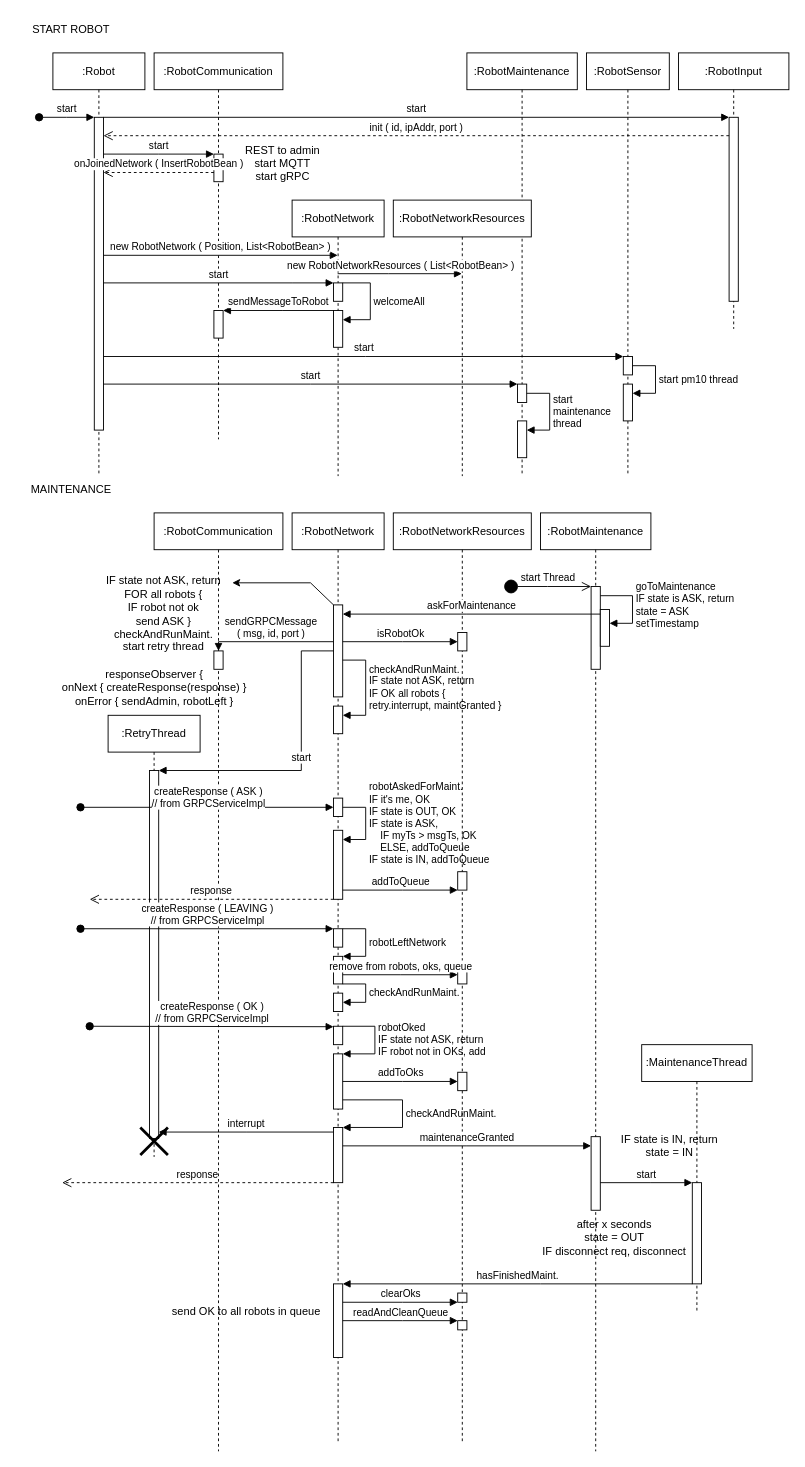
tommasoromano/distributed-systems-project keeps this draw.io diagram as robot_sequence.drawio. Above is the earlier version. Source tidied: cells renumbered, new cells numbered last; positions are measured from the earlier drawing's top-left corner, leaving out a move shared by most shapes. Both pictures are drawn from the tidied source at 92%, with x=0, y=0 at pixel (16, 16).
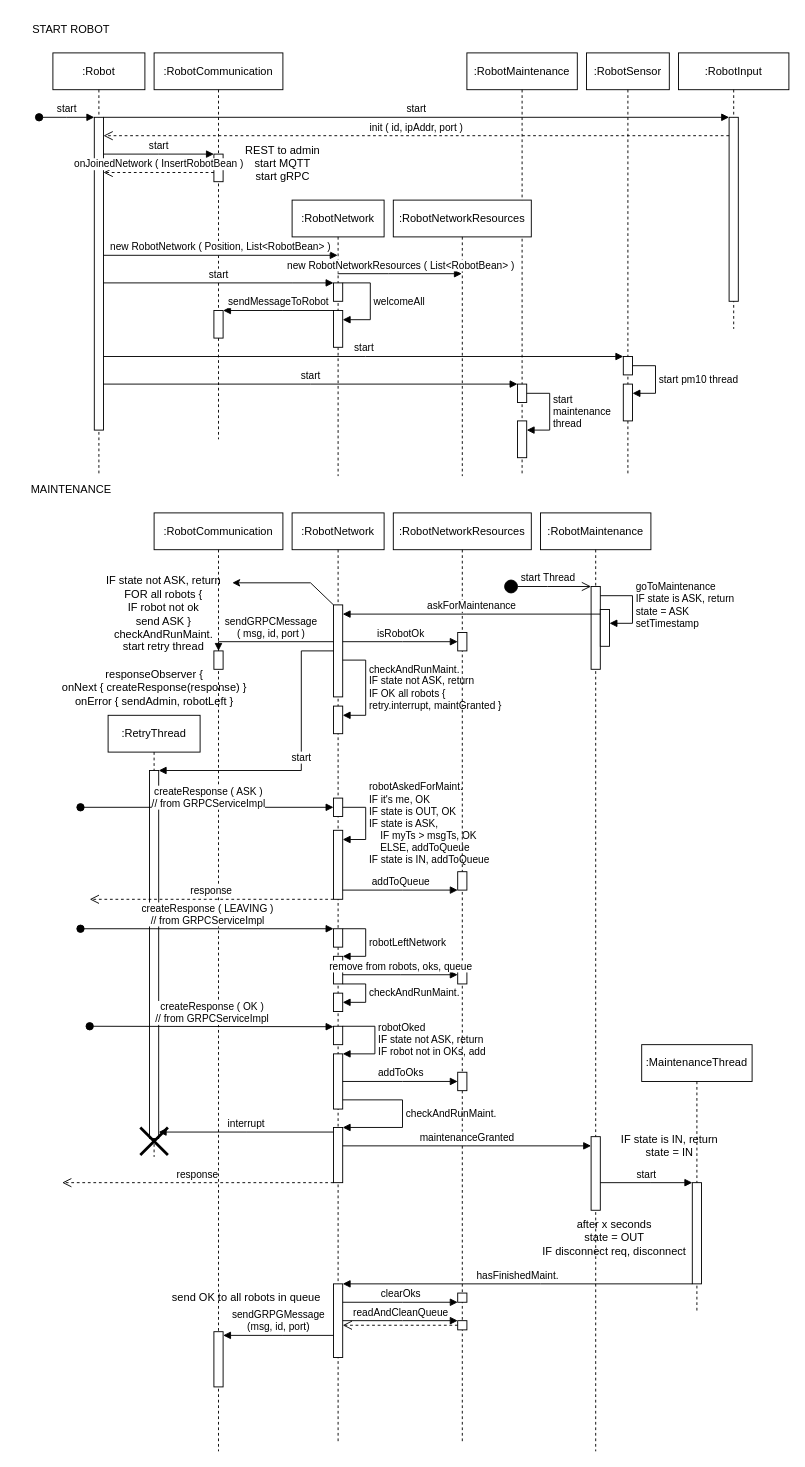
The same page after the edit.

The change refers to these unchanged cells:
```xml
<mxCell id="37" value=":RobotCommunication" style="shape=umlLifeline;perimeter=lifelinePerimeter;whiteSpace=wrap;html=1;newEdgeStyle={&quot;edgeStyle&quot;:&quot;elbowEdgeStyle&quot;,&quot;elbow&quot;:&quot;vertical&quot;,&quot;curved&quot;:0,&quot;rounded&quot;:0};" parent="1" vertex="1">
  <mxGeometry x="150" y="540" width="140" height="1020" as="geometry" />
</mxCell>
<mxCell id="52" style="html=1;points=[];perimeter=orthogonalPerimeter;outlineConnect=0;targetShapes=umlLifeline;portConstraint=eastwest;newEdgeStyle={&quot;edgeStyle&quot;:&quot;elbowEdgeStyle&quot;,&quot;elbow&quot;:&quot;vertical&quot;,&quot;curved&quot;:0,&quot;rounded&quot;:0};" parent="40" vertex="1">
  <mxGeometry x="45" y="838" width="10" height="80" as="geometry" />
</mxCell>
<mxCell id="74" style="html=1;points=[];perimeter=orthogonalPerimeter;outlineConnect=0;targetShapes=umlLifeline;portConstraint=eastwest;newEdgeStyle={&quot;edgeStyle&quot;:&quot;elbowEdgeStyle&quot;,&quot;elbow&quot;:&quot;vertical&quot;,&quot;curved&quot;:0,&quot;rounded&quot;:0};" parent="69" vertex="1">
  <mxGeometry x="70" y="878" width="10" height="10" as="geometry" />
</mxCell>
```

Diff of the diagram source:
```diff
@@
+    <mxCell id="98" style="html=1;points=[];perimeter=orthogonalPerimeter;outlineConnect=0;targetShapes=umlLifeline;portConstraint=eastwest;newEdgeStyle={&quot;edgeStyle&quot;:&quot;elbowEdgeStyle&quot;,&quot;elbow&quot;:&quot;vertical&quot;,&quot;curved&quot;:0,&quot;rounded&quot;:0};" parent="37" vertex="1">
+      <mxGeometry x="65" y="890" width="10" height="60" as="geometry" />
+    </mxCell>
@@
     <mxCell id="83" value="send OK to all robots in queue" style="text;html=1;align=center;verticalAlign=middle;strokeColor=none;fillColor=none;" parent="1" vertex="1">
-      <mxGeometry x="160" y="1393" width="180" height="30" as="geometry" />
+      <mxGeometry x="160" y="1378" width="180" height="30" as="geometry" />
     </mxCell>
@@
+    <mxCell id="99" style="html=1;verticalAlign=bottom;endArrow=open;dashed=1;endSize=8;edgeStyle=elbowEdgeStyle;elbow=vertical;curved=0;rounded=0;" parent="1" edge="1" source="74" target="52">
+      <mxGeometry relative="1" as="geometry" />
+    </mxCell>
+    <mxCell id="100" value="sendGRPGMessage&lt;br&gt;(msg, id, port)" style="html=1;verticalAlign=bottom;endArrow=block;edgeStyle=elbowEdgeStyle;elbow=vertical;curved=0;rounded=0;" parent="1" edge="1" source="52" target="98">
+      <mxGeometry relative="1" as="geometry">
+        <Array as="points">
+          <mxPoint x="290" y="1434" />
+        </Array>
+      </mxGeometry>
+    </mxCell>
```
